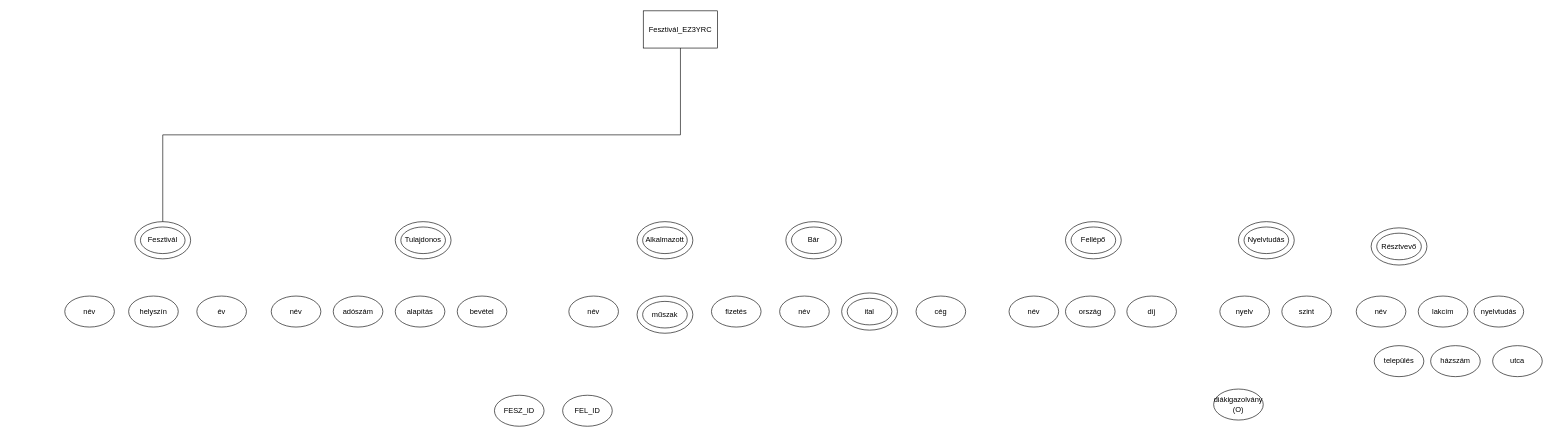
Above: EZ3YRC_1018/XDMEZ3YRC.drawio in Ddavid111/EZ3YRC_XMLGyak (draw.io), before the change. Source tidied: cells renumbered, new cells numbered last; positions are measured from the earlier drawing's top-left corner, leaving out a move shared by most shapes. Both pictures are drawn from the tidied source at 62%, with x=0, y=0 at pixel (64, 11).
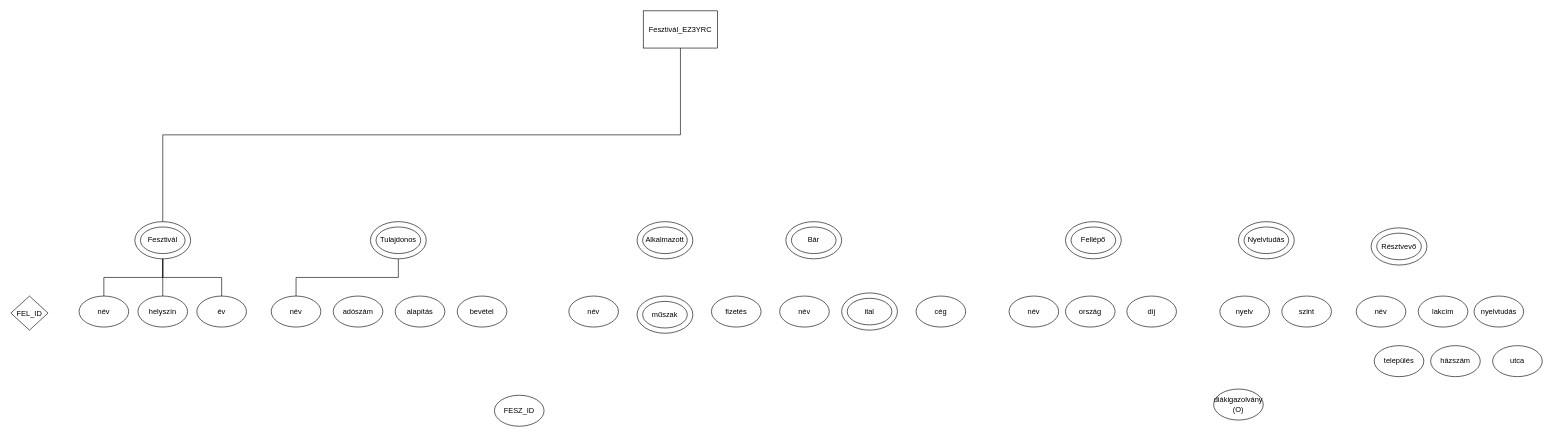
The same diagram, later.

The change refers to these unchanged cells:
```xml
<mxCell id="3" value="név" style="ellipse;whiteSpace=wrap;html=1;" parent="1" vertex="1">
  <mxGeometry x="333" y="460" width="80" height="50" as="geometry" />
</mxCell>
<mxCell id="5" value="év" style="ellipse;whiteSpace=wrap;html=1;" parent="1" vertex="1">
  <mxGeometry x="213" y="460" width="80" height="50" as="geometry" />
</mxCell>
<mxCell id="12" style="ellipse;whiteSpace=wrap;html=1;" parent="11" vertex="1">
  <mxGeometry width="90" height="60" as="geometry" />
</mxCell>
<mxCell id="18" style="ellipse;whiteSpace=wrap;html=1;" parent="17" vertex="1">
  <mxGeometry width="90" height="60" as="geometry" />
</mxCell>
```

Change to the diagram source:
```diff
@@
     <mxCell id="4" value="helyszín" style="ellipse;whiteSpace=wrap;html=1;" parent="1" vertex="1">
-      <mxGeometry x="103" y="460" width="80" height="50" as="geometry" />
+      <mxGeometry x="118" y="460" width="80" height="50" as="geometry" />
     </mxCell>
@@
     <mxCell id="7" value="név" style="ellipse;whiteSpace=wrap;html=1;" parent="1" vertex="1">
-      <mxGeometry y="460" width="80" height="50" as="geometry" />
+      <mxGeometry x="23" y="460" width="80" height="50" as="geometry" />
     </mxCell>
@@
-    <mxCell id="10" value="FEL_ID" style="ellipse;whiteSpace=wrap;html=1;" parent="1" vertex="1">
-      <mxGeometry x="803" y="620" width="80" height="50" as="geometry" />
-    </mxCell>
@@
     <mxCell id="17" style="group;" parent="1" vertex="1">
-      <mxGeometry x="533" y="340" width="90" height="60" as="geometry" />
+      <mxGeometry x="493" y="340" width="90" height="60" as="geometry" />
     </mxCell>
@@
+    <mxCell id="10" value="FEL_ID" style="rhombus;whiteSpace=wrap;html=1;" parent="1" vertex="1">
+      <mxGeometry x="-87" y="460" width="60" height="55" as="geometry" />
+    </mxCell>
+    <mxCell id="56" style="edgeStyle=orthogonalEdgeStyle;rounded=0;jettySize=auto;html=1;exitX=0.5;exitY=1;exitDx=0;exitDy=0;entryX=0.5;entryY=0;entryDx=0;entryDy=0;endArrow=none;endFill=0;" parent="1" edge="1" source="12" target="7">
+      <mxGeometry relative="1" as="geometry" />
+    </mxCell>
+    <mxCell id="57" style="edgeStyle=orthogonalEdgeStyle;rounded=0;jettySize=auto;html=1;exitX=0.5;exitY=1;exitDx=0;exitDy=0;endArrow=none;endFill=0;" parent="1" edge="1" source="12" target="4">
+      <mxGeometry relative="1" as="geometry" />
+    </mxCell>
+    <mxCell id="58" style="edgeStyle=orthogonalEdgeStyle;rounded=0;jettySize=auto;html=1;exitX=0.5;exitY=1;exitDx=0;exitDy=0;endArrow=none;endFill=0;" parent="1" edge="1" source="12" target="5">
+      <mxGeometry relative="1" as="geometry" />
+    </mxCell>
+    <mxCell id="59" style="edgeStyle=orthogonalEdgeStyle;rounded=0;jettySize=auto;html=1;exitX=0.5;exitY=1;exitDx=0;exitDy=0;entryX=0.5;entryY=0;entryDx=0;entryDy=0;endArrow=none;endFill=0;" parent="1" edge="1" source="18" target="3">
+      <mxGeometry relative="1" as="geometry" />
+    </mxCell>
```
